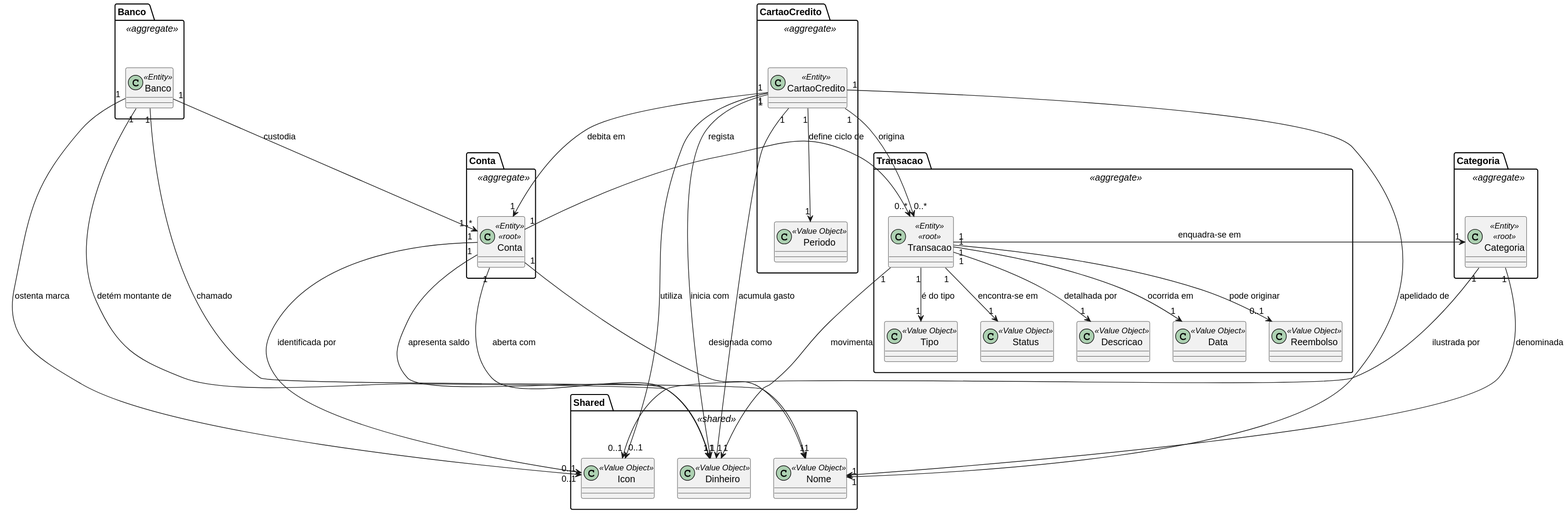
DiogoMMP/poupa-me keeps this PlantUML diagram as docs/domain_model.svg. Above is the earlier version.
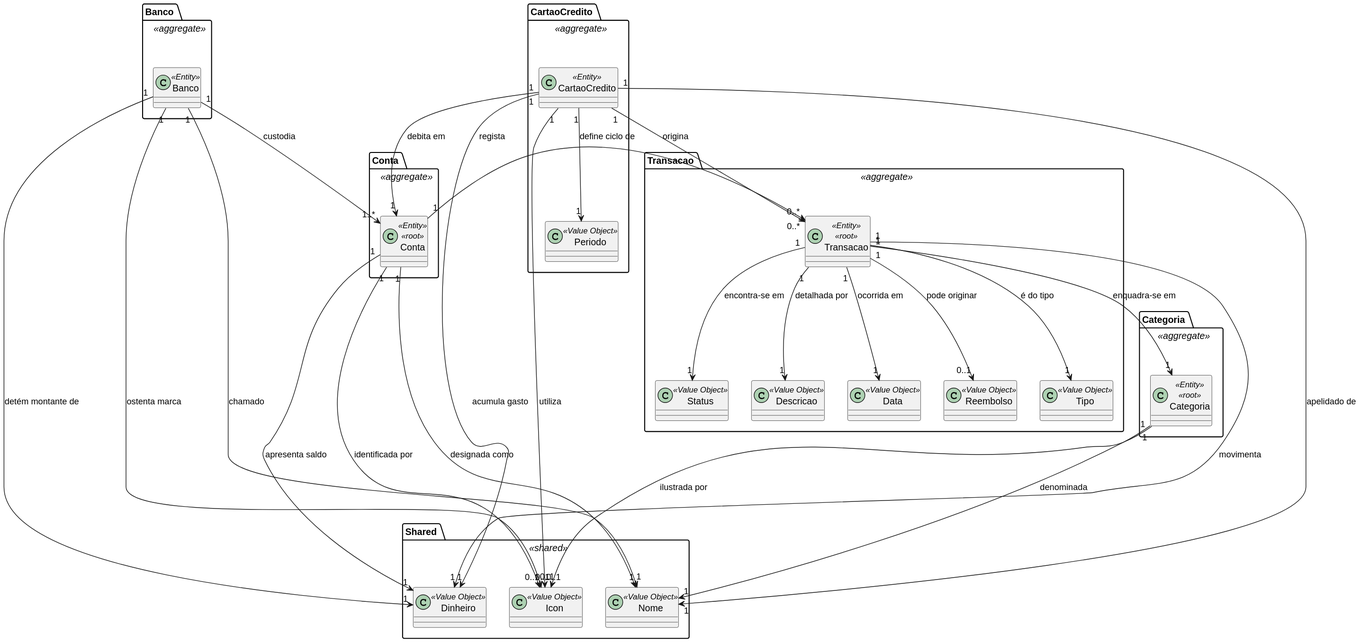
The same file after the commit.

The edit, as a diff of the source:
```diff
@@ -65,13 +65,11 @@
 
 Conta "1" --> "0..*" Transacao: regista
 Conta "1" ---> "0..1" Icon: identificada por
-Conta "1" ---> "1" Dinheiro: aberta com
 Conta "1" ---> "1" Dinheiro: apresenta saldo
 Conta "1" ---> "1" Nome: designada como
 
 CartaoCredito "1" ---> "0..1" Icon: utiliza
 CartaoCredito "1" --> "1" Conta: debita em
-CartaoCredito "1" ---> "1" Dinheiro: inicia com
 CartaoCredito "1" ---> "1" Dinheiro: acumula gasto
 CartaoCredito "1" ---> "1" Nome: apelidado de
 CartaoCredito "1" --> "0..*" Transacao: origina
```
